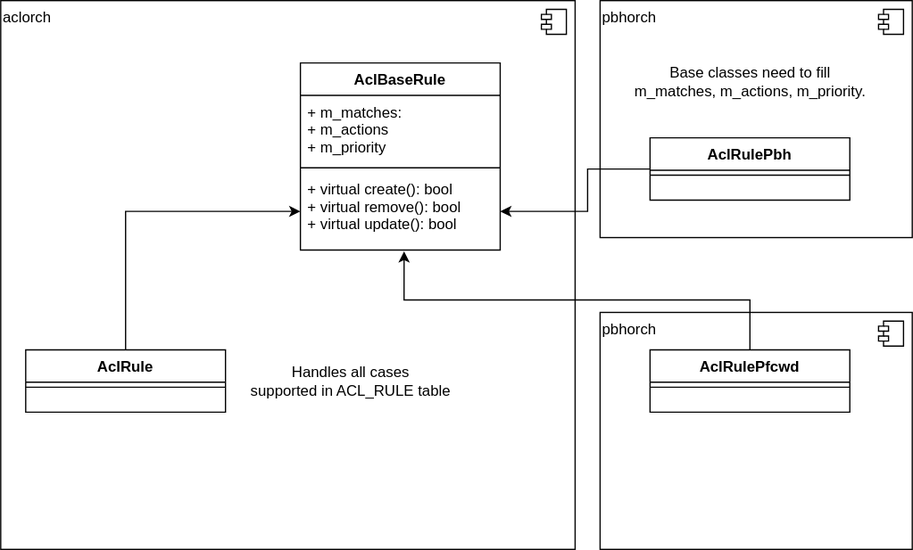
Earlier version of the draw.io export doc/acl/img/acl-rule-object-model.svg (sonic-net/SONiC). Source tidied: cells renumbered, new cells last; positions are measured from the earlier drawing's top-left corner, leaving out a move shared by most shapes.
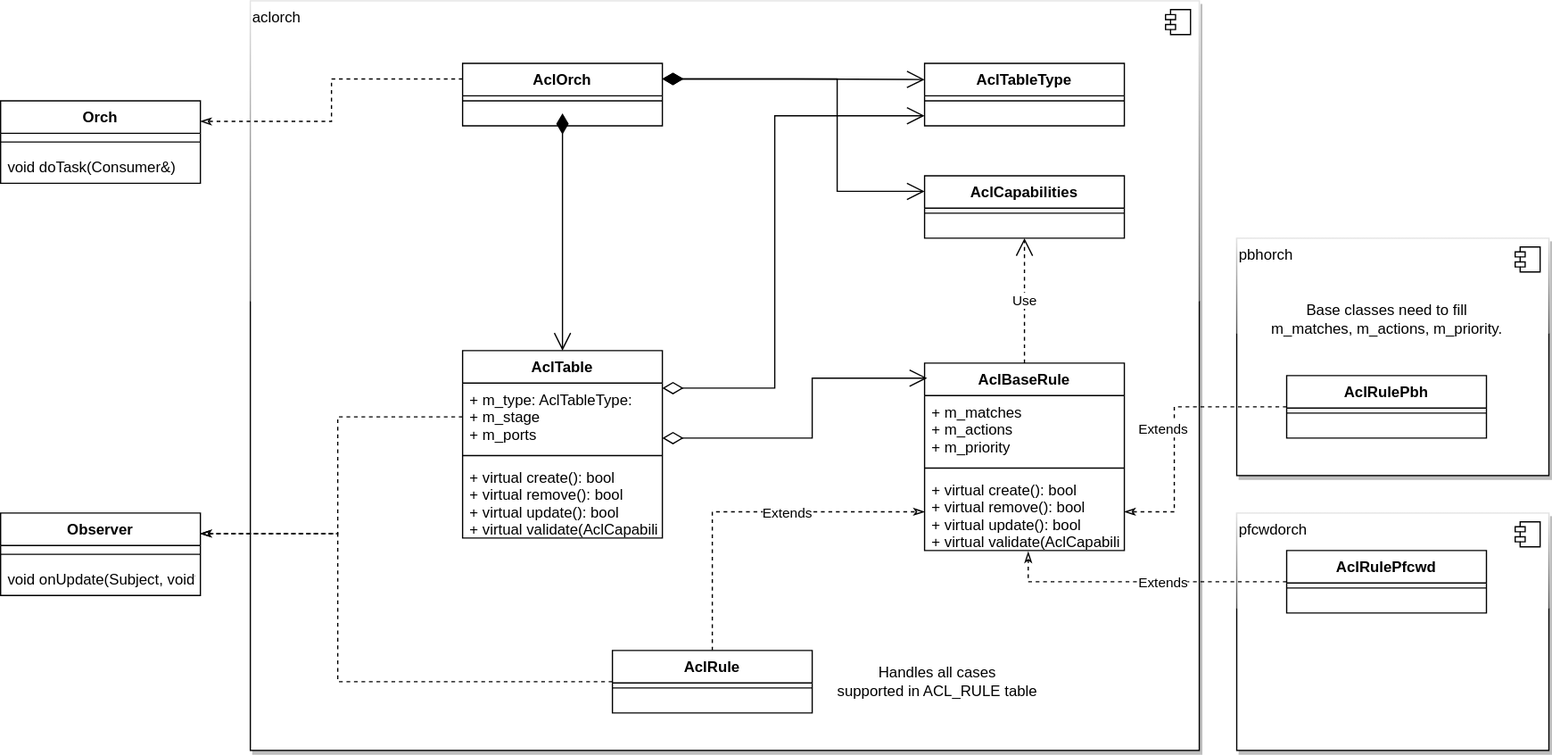
Above is the later version.

Commit message:
update ACL table type HLD

What changed in the source:
```diff
@@ -2,24 +2,24 @@
   <root>
     <mxCell id="0" />
     <mxCell id="1" parent="0" />
-    <mxCell id="2" value="pbhorch" style="html=1;align=left;verticalAlign=top;" parent="1" vertex="1">
-      <mxGeometry x="480" y="250" width="250" height="190" as="geometry" />
+    <mxCell id="2" value="pfcwdorch" style="html=1;align=left;verticalAlign=top;glass=1;shadow=1;" parent="1" vertex="1">
+      <mxGeometry x="490" y="170" width="250" height="190" as="geometry" />
     </mxCell>
     <mxCell id="3" style="shape=module;jettyWidth=8;jettyHeight=4;" parent="2" vertex="1">
       <mxGeometry x="1" width="20" height="20" relative="1" as="geometry">
         <mxPoint x="-27" y="7" as="offset" />
       </mxGeometry>
     </mxCell>
-    <mxCell id="4" value="pbhorch" style="html=1;align=left;verticalAlign=top;" parent="1" vertex="1">
-      <mxGeometry x="480" width="250" height="190" as="geometry" />
+    <mxCell id="4" value="pbhorch" style="html=1;align=left;verticalAlign=top;glass=1;shadow=1;" parent="1" vertex="1">
+      <mxGeometry x="490" y="-50" width="250" height="190" as="geometry" />
     </mxCell>
     <mxCell id="5" style="shape=module;jettyWidth=8;jettyHeight=4;" parent="4" vertex="1">
       <mxGeometry x="1" width="20" height="20" relative="1" as="geometry">
         <mxPoint x="-27" y="7" as="offset" />
       </mxGeometry>
     </mxCell>
-    <mxCell id="6" value="aclorch" style="html=1;align=left;verticalAlign=top;" parent="1" vertex="1">
-      <mxGeometry width="460" height="440" as="geometry" />
+    <mxCell id="6" value="aclorch" style="html=1;align=left;verticalAlign=top;rounded=0;shadow=1;glass=1;" parent="1" vertex="1">
+      <mxGeometry x="-300" y="-240" width="760" height="600" as="geometry" />
     </mxCell>
     <mxCell id="7" style="shape=module;jettyWidth=8;jettyHeight=4;" parent="6" vertex="1">
       <mxGeometry x="1" width="20" height="20" relative="1" as="geometry">
@@ -29,20 +29,31 @@
     <mxCell id="8" value="AclBaseRule" style="swimlane;fontStyle=1;align=center;verticalAlign=top;horizontal=1;startSize=26;" parent="1" vertex="1">
       <mxGeometry x="240" y="50" width="160" height="150" as="geometry" />
     </mxCell>
-    <mxCell id="9" value="+ m_matches:&#10;+ m_actions&#10;+ m_priority" style="text;strokeColor=none;fillColor=none;align=left;verticalAlign=top;spacingLeft=4;spacingRight=4;overflow=hidden;" parent="8" vertex="1">
+    <mxCell id="9" value="+ m_matches&#10;+ m_actions&#10;+ m_priority" style="text;strokeColor=none;fillColor=none;align=left;verticalAlign=top;spacingLeft=4;spacingRight=4;overflow=hidden;" parent="8" vertex="1">
       <mxGeometry y="26" width="160" height="54" as="geometry" />
     </mxCell>
     <mxCell id="10" style="line;strokeWidth=1;fillColor=none;align=left;verticalAlign=middle;spacingTop=-1;spacingLeft=3;spacingRight=3;labelPosition=right;" parent="8" vertex="1">
       <mxGeometry y="80" width="160" height="8" as="geometry" />
     </mxCell>
-    <mxCell id="11" value="+ virtual create(): bool&#10;+ virtual remove(): bool&#10;+ virtual update(): bool&#10;" style="text;strokeColor=none;fillColor=none;align=left;verticalAlign=top;spacingLeft=4;spacingRight=4;overflow=hidden;points=[[0,0.5],[1,0.5]];portConstraint=eastwest;" parent="8" vertex="1">
+    <mxCell id="11" value="+ virtual create(): bool&#10;+ virtual remove(): bool&#10;+ virtual update(): bool&#10;+ virtual validate(AclCapabilities): bool&#10;" style="text;strokeColor=none;fillColor=none;align=left;verticalAlign=top;spacingLeft=4;spacingRight=4;overflow=hidden;points=[[0,0.5],[1,0.5]];portConstraint=eastwest;" parent="8" vertex="1">
       <mxGeometry y="88" width="160" height="62" as="geometry" />
     </mxCell>
-    <mxCell id="12" style="edgeStyle=orthogonalEdgeStyle;rounded=0;jettySize=auto;html=1;entryX=0;entryY=0.5;entryDx=0;entryDy=0;" parent="1" edge="1" source="13" target="11">
+    <mxCell id="12" style="edgeStyle=orthogonalEdgeStyle;rounded=0;jettySize=auto;html=1;entryX=0;entryY=0.5;entryDx=0;entryDy=0;dashed=1;endArrow=classicThin;endFill=0;" parent="1" edge="1" source="13" target="11">
       <mxGeometry relative="1" as="geometry" />
     </mxCell>
+    <mxCell id="26" value="Extends" style="edgeLabel;html=1;align=center;verticalAlign=middle;" parent="12" vertex="1">
+      <mxGeometry x="0.21" relative="1" as="geometry" />
+    </mxCell>
+    <mxCell id="27" style="edgeStyle=orthogonalEdgeStyle;rounded=0;jettySize=auto;html=1;entryX=1;entryY=0.25;entryDx=0;entryDy=0;dashed=1;endArrow=classicThin;endFill=0;" parent="1" edge="1" source="13" target="30">
+      <mxGeometry relative="1" as="geometry">
+        <Array as="points">
+          <mxPoint x="-230" y="305" />
+          <mxPoint x="-230" y="187" />
+        </Array>
+      </mxGeometry>
+    </mxCell>
     <mxCell id="13" value="AclRule" style="swimlane;fontStyle=1;align=center;verticalAlign=top;horizontal=1;startSize=26;" parent="1" vertex="1">
-      <mxGeometry x="20" y="280" width="160" height="50" as="geometry" />
+      <mxGeometry x="-10" y="280" width="160" height="50" as="geometry" />
     </mxCell>
     <mxCell id="14" style="line;strokeWidth=1;fillColor=none;align=left;verticalAlign=middle;spacingTop=-1;spacingLeft=3;spacingRight=3;labelPosition=right;" parent="13" vertex="1">
       <mxGeometry y="26" width="160" height="8" as="geometry" />
@@ -50,11 +61,16 @@
     <mxCell id="15" value="&#10;" style="text;strokeColor=none;fillColor=none;align=left;verticalAlign=top;spacingLeft=4;spacingRight=4;overflow=hidden;" parent="13" vertex="1">
       <mxGeometry y="34" width="160" height="16" as="geometry" />
     </mxCell>
-    <mxCell id="16" style="edgeStyle=orthogonalEdgeStyle;rounded=0;jettySize=auto;html=1;entryX=0.519;entryY=1.016;entryDx=0;entryDy=0;entryPerimeter=0;" parent="1" edge="1" source="17" target="11">
+    <mxCell id="16" style="edgeStyle=orthogonalEdgeStyle;rounded=0;jettySize=auto;html=1;entryX=0.519;entryY=1.016;entryDx=0;entryDy=0;entryPerimeter=0;dashed=1;endArrow=classicThin;endFill=0;" parent="1" edge="1" source="17" target="11">
       <mxGeometry relative="1" as="geometry" />
     </mxCell>
+    <mxCell id="28" value="Extends" style="edgeLabel;html=1;align=center;verticalAlign=middle;" parent="16" vertex="1">
+      <mxGeometry x="-0.23" relative="1" as="geometry">
+        <mxPoint x="-11" as="offset" />
+      </mxGeometry>
+    </mxCell>
     <mxCell id="17" value="AclRulePfcwd" style="swimlane;fontStyle=1;align=center;verticalAlign=top;horizontal=1;startSize=26;" parent="1" vertex="1">
-      <mxGeometry x="520" y="280" width="160" height="50" as="geometry" />
+      <mxGeometry x="530" y="200" width="160" height="50" as="geometry" />
     </mxCell>
     <mxCell id="18" style="line;strokeWidth=1;fillColor=none;align=left;verticalAlign=middle;spacingTop=-1;spacingLeft=3;spacingRight=3;labelPosition=right;" parent="17" vertex="1">
       <mxGeometry y="26" width="160" height="8" as="geometry" />
@@ -62,16 +78,21 @@
     <mxCell id="19" value="&#10;" style="text;strokeColor=none;fillColor=none;align=left;verticalAlign=top;spacingLeft=4;spacingRight=4;overflow=hidden;" parent="17" vertex="1">
       <mxGeometry y="34" width="160" height="16" as="geometry" />
     </mxCell>
-    <mxCell id="20" style="edgeStyle=orthogonalEdgeStyle;rounded=0;jettySize=auto;html=1;entryX=1;entryY=0.5;entryDx=0;entryDy=0;" parent="1" edge="1" source="21" target="11">
+    <mxCell id="20" style="edgeStyle=orthogonalEdgeStyle;rounded=0;jettySize=auto;html=1;entryX=1;entryY=0.5;entryDx=0;entryDy=0;dashed=1;endArrow=classicThin;endFill=0;" parent="1" edge="1" source="21" target="11">
       <mxGeometry relative="1" as="geometry">
         <Array as="points">
-          <mxPoint x="470" y="135" />
-          <mxPoint x="470" y="169" />
+          <mxPoint x="440" y="85" />
+          <mxPoint x="440" y="169" />
         </Array>
       </mxGeometry>
     </mxCell>
+    <mxCell id="29" value="Extends" style="edgeLabel;html=1;align=center;verticalAlign=middle;" parent="20" vertex="1">
+      <mxGeometry x="-0.01" y="4" relative="1" as="geometry">
+        <mxPoint x="-14" y="1" as="offset" />
+      </mxGeometry>
+    </mxCell>
     <mxCell id="21" value="AclRulePbh" style="swimlane;fontStyle=1;align=center;verticalAlign=top;horizontal=1;startSize=26;" parent="1" vertex="1">
-      <mxGeometry x="520" y="110" width="160" height="50" as="geometry" />
+      <mxGeometry x="530" y="60" width="160" height="50" as="geometry" />
     </mxCell>
     <mxCell id="22" style="line;strokeWidth=1;fillColor=none;align=left;verticalAlign=middle;spacingTop=-1;spacingLeft=3;spacingRight=3;labelPosition=right;" parent="21" vertex="1">
       <mxGeometry y="26" width="160" height="8" as="geometry" />
@@ -80,10 +101,120 @@
       <mxGeometry y="34" width="160" height="16" as="geometry" />
     </mxCell>
     <mxCell id="24" value="Base classes need to fill&lt;br&gt;m_matches, m_actions, m_priority." style="text;html=1;align=center;verticalAlign=middle;strokeColor=none;" parent="1" vertex="1">
-      <mxGeometry x="500" y="50" width="200" height="30" as="geometry" />
+      <mxGeometry x="510" width="200" height="30" as="geometry" />
     </mxCell>
     <mxCell id="25" value="Handles all cases&lt;br&gt;supported in ACL_RULE table" style="text;html=1;align=center;verticalAlign=middle;strokeColor=none;" parent="1" vertex="1">
-      <mxGeometry x="190" y="290" width="180" height="30" as="geometry" />
+      <mxGeometry x="160" y="290" width="180" height="30" as="geometry" />
     </mxCell>
+    <mxCell id="30" value="Observer" style="swimlane;fontStyle=1;align=center;verticalAlign=top;horizontal=1;startSize=26;" parent="1" vertex="1">
+      <mxGeometry x="-500" y="170" width="160" height="66" as="geometry" />
+    </mxCell>
+    <mxCell id="31" style="line;strokeWidth=1;fillColor=none;align=left;verticalAlign=middle;spacingTop=-1;spacingLeft=3;spacingRight=3;labelPosition=right;" parent="30" vertex="1">
+      <mxGeometry y="26" width="160" height="14" as="geometry" />
+    </mxCell>
+    <mxCell id="32" value="void onUpdate(Subject, void*)" style="text;strokeColor=none;fillColor=none;align=left;verticalAlign=top;spacingLeft=4;spacingRight=4;overflow=hidden;" parent="30" vertex="1">
+      <mxGeometry y="40" width="160" height="26" as="geometry" />
+    </mxCell>
+    <mxCell id="33" style="edgeStyle=orthogonalEdgeStyle;rounded=0;jettySize=auto;html=1;exitX=0;exitY=0.25;exitDx=0;exitDy=0;entryX=1;entryY=0.25;entryDx=0;entryDy=0;dashed=1;endArrow=classicThin;endFill=0;" parent="1" edge="1" source="34" target="42">
+      <mxGeometry relative="1" as="geometry" />
+    </mxCell>
+    <mxCell id="34" value="AclOrch" style="swimlane;fontStyle=1;align=center;verticalAlign=top;horizontal=1;startSize=26;" parent="1" vertex="1">
+      <mxGeometry x="-130" y="-190" width="160" height="50" as="geometry" />
+    </mxCell>
+    <mxCell id="35" style="line;strokeWidth=1;fillColor=none;align=left;verticalAlign=middle;spacingTop=-1;spacingLeft=3;spacingRight=3;labelPosition=right;" parent="34" vertex="1">
+      <mxGeometry y="26" width="160" height="8" as="geometry" />
+    </mxCell>
+    <mxCell id="36" value="&#10;" style="text;strokeColor=none;fillColor=none;align=left;verticalAlign=top;spacingLeft=4;spacingRight=4;overflow=hidden;" parent="34" vertex="1">
+      <mxGeometry y="34" width="160" height="16" as="geometry" />
+    </mxCell>
+    <mxCell id="37" value="AclTable" style="swimlane;fontStyle=1;align=center;verticalAlign=top;horizontal=1;startSize=26;" parent="1" vertex="1">
+      <mxGeometry x="-130" y="40" width="160" height="150" as="geometry" />
+    </mxCell>
+    <mxCell id="38" value="+ m_type: AclTableType:&#10;+ m_stage&#10;+ m_ports" style="text;strokeColor=none;fillColor=none;align=left;verticalAlign=top;spacingLeft=4;spacingRight=4;overflow=hidden;points=[[0,0.5],[1,0.5]];portConstraint=eastwest;" parent="37" vertex="1">
+      <mxGeometry y="26" width="160" height="54" as="geometry" />
+    </mxCell>
+    <mxCell id="39" style="line;strokeWidth=1;fillColor=none;align=left;verticalAlign=middle;spacingTop=-1;spacingLeft=3;spacingRight=3;labelPosition=right;" parent="37" vertex="1">
+      <mxGeometry y="80" width="160" height="8" as="geometry" />
+    </mxCell>
+    <mxCell id="40" value="+ virtual create(): bool&#10;+ virtual remove(): bool&#10;+ virtual update(): bool&#10;+ virtual validate(AclCapability): bool&#10;" style="text;strokeColor=none;fillColor=none;align=left;verticalAlign=top;spacingLeft=4;spacingRight=4;overflow=hidden;" parent="37" vertex="1">
+      <mxGeometry y="88" width="160" height="62" as="geometry" />
+    </mxCell>
+    <mxCell id="41" style="edgeStyle=orthogonalEdgeStyle;rounded=0;jettySize=auto;html=1;entryX=1;entryY=0.25;entryDx=0;entryDy=0;dashed=1;endArrow=classicThin;endFill=0;" parent="1" edge="1" source="38" target="30">
+      <mxGeometry relative="1" as="geometry">
+        <Array as="points">
+          <mxPoint x="-230" y="93" />
+          <mxPoint x="-230" y="187" />
+        </Array>
+      </mxGeometry>
+    </mxCell>
+    <mxCell id="42" value="Orch" style="swimlane;fontStyle=1;align=center;verticalAlign=top;horizontal=1;startSize=26;" parent="1" vertex="1">
+      <mxGeometry x="-500" y="-160" width="160" height="66" as="geometry" />
+    </mxCell>
+    <mxCell id="43" style="line;strokeWidth=1;fillColor=none;align=left;verticalAlign=middle;spacingTop=-1;spacingLeft=3;spacingRight=3;labelPosition=right;" parent="42" vertex="1">
+      <mxGeometry y="26" width="160" height="14" as="geometry" />
+    </mxCell>
+    <mxCell id="44" value="void doTask(Consumer&amp;)" style="text;strokeColor=none;fillColor=none;align=left;verticalAlign=top;spacingLeft=4;spacingRight=4;overflow=hidden;" parent="42" vertex="1">
+      <mxGeometry y="40" width="160" height="26" as="geometry" />
+    </mxCell>
+    <mxCell id="45" value="AclTableType" style="swimlane;fontStyle=1;align=center;verticalAlign=top;horizontal=1;startSize=26;" parent="1" vertex="1">
+      <mxGeometry x="240" y="-190" width="160" height="50" as="geometry" />
+    </mxCell>
+    <mxCell id="46" style="line;strokeWidth=1;fillColor=none;align=left;verticalAlign=middle;spacingTop=-1;spacingLeft=3;spacingRight=3;labelPosition=right;" parent="45" vertex="1">
+      <mxGeometry y="26" width="160" height="8" as="geometry" />
+    </mxCell>
+    <mxCell id="47" value="&#10;" style="text;strokeColor=none;fillColor=none;align=left;verticalAlign=top;spacingLeft=4;spacingRight=4;overflow=hidden;points=[[0,0.5],[1,0.5]];portConstraint=eastwest;" parent="45" vertex="1">
+      <mxGeometry y="34" width="160" height="16" as="geometry" />
+    </mxCell>
+    <mxCell id="48" value="AclCapabilities" style="swimlane;fontStyle=1;align=center;verticalAlign=top;horizontal=1;startSize=26;" parent="1" vertex="1">
+      <mxGeometry x="240" y="-100" width="160" height="50" as="geometry" />
+    </mxCell>
+    <mxCell id="49" style="line;strokeWidth=1;fillColor=none;align=left;verticalAlign=middle;spacingTop=-1;spacingLeft=3;spacingRight=3;labelPosition=right;" parent="48" vertex="1">
+      <mxGeometry y="26" width="160" height="8" as="geometry" />
+    </mxCell>
+    <mxCell id="50" value="&#10;" style="text;strokeColor=none;fillColor=none;align=left;verticalAlign=top;spacingLeft=4;spacingRight=4;overflow=hidden;points=[[0,0.5],[1,0.5]];portConstraint=eastwest;" parent="48" vertex="1">
+      <mxGeometry y="34" width="160" height="16" as="geometry" />
+    </mxCell>
+    <mxCell id="51" value="Use" style="endArrow=open;endSize=12;dashed=1;html=1;exitX=0.5;exitY=0;exitDx=0;exitDy=0;" parent="1" edge="1" source="8" target="50">
+      <mxGeometry relative="1" as="geometry" />
+    </mxCell>
+    <mxCell id="52" style="endArrow=open;html=1;endSize=12;startArrow=diamondThin;startSize=14;startFill=0;edgeStyle=orthogonalEdgeStyle;align=left;verticalAlign=bottom;entryX=0.013;entryY=0.08;entryDx=0;entryDy=0;entryPerimeter=0;rounded=0;" parent="1" edge="1" source="37" target="8">
+      <mxGeometry x="-1" y="3" relative="1" as="geometry">
+        <Array as="points">
+          <mxPoint x="150" y="110" />
+          <mxPoint x="150" y="62" />
+        </Array>
+      </mxGeometry>
+    </mxCell>
+    <mxCell id="53" style="endArrow=open;html=1;endSize=12;startArrow=diamondThin;startSize=14;startFill=1;edgeStyle=orthogonalEdgeStyle;align=left;verticalAlign=bottom;entryX=0.5;entryY=0;entryDx=0;entryDy=0;rounded=0;" parent="1" edge="1" target="37">
+      <mxGeometry x="-1" y="3" relative="1" as="geometry">
+        <mxPoint x="-50" y="-150" as="sourcePoint" />
+        <Array as="points">
+          <mxPoint x="-50" y="-80" />
+          <mxPoint x="-50" y="-80" />
+        </Array>
+      </mxGeometry>
+    </mxCell>
+    <mxCell id="54" style="endArrow=open;html=1;endSize=12;startArrow=diamondThin;startSize=14;startFill=0;edgeStyle=orthogonalEdgeStyle;align=left;verticalAlign=bottom;entryX=0;entryY=0.5;entryDx=0;entryDy=0;rounded=0;" parent="1" edge="1" target="47">
+      <mxGeometry x="-1" y="3" relative="1" as="geometry">
+        <mxPoint x="30" y="70" as="sourcePoint" />
+        <Array as="points">
+          <mxPoint x="120" y="70" />
+          <mxPoint x="120" y="-148" />
+        </Array>
+      </mxGeometry>
+    </mxCell>
+    <mxCell id="55" style="endArrow=open;html=1;endSize=12;startArrow=diamondThin;startSize=14;startFill=1;edgeStyle=orthogonalEdgeStyle;align=left;verticalAlign=bottom;exitX=1;exitY=0.25;exitDx=0;exitDy=0;rounded=0;" parent="1" edge="1" source="34">
+      <mxGeometry x="-1" y="3" relative="1" as="geometry">
+        <mxPoint x="240" y="-177" as="targetPoint" />
+      </mxGeometry>
+    </mxCell>
+    <mxCell id="56" style="endArrow=open;html=1;endSize=12;startArrow=diamondThin;startSize=14;startFill=1;edgeStyle=orthogonalEdgeStyle;align=left;verticalAlign=bottom;entryX=0;entryY=0.25;entryDx=0;entryDy=0;exitX=1;exitY=0.25;exitDx=0;exitDy=0;rounded=0;" parent="1" edge="1" source="34" target="48">
+      <mxGeometry x="-1" y="3" relative="1" as="geometry">
+        <Array as="points">
+          <mxPoint x="170" y="-177" />
+          <mxPoint x="170" y="-87" />
+        </Array>
+      </mxGeometry>
+    </mxCell>
   </root>
 </mxGraphModel>
```
